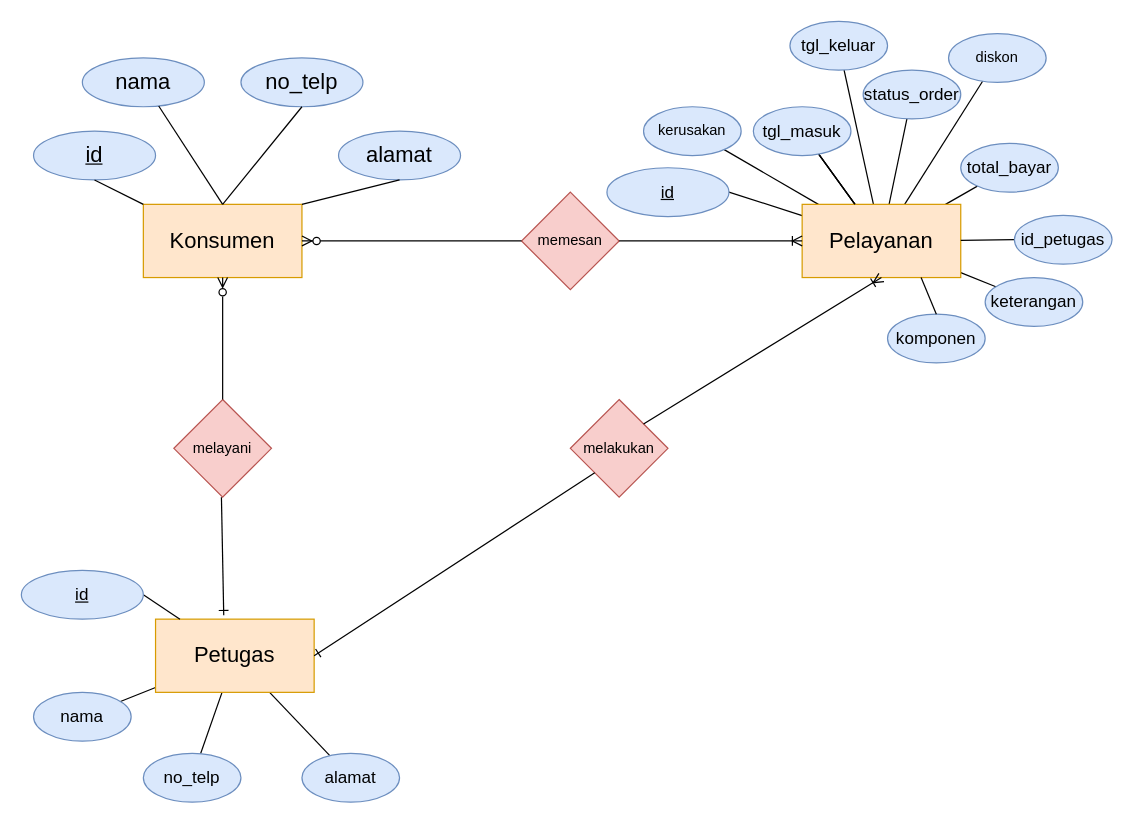
Before: page "ERD" (1 of 4) of Desain Ujikom.drawio in alditasptnsr/ujikom_aldita, a draw.io diagram. Source tidied: cells renumbered, new cells numbered last; positions are measured from the earlier drawing's top-left corner, leaving out a move shared by most shapes. Both pictures are drawn from the tidied source at 122%, with x=0, y=0 at pixel (21, 21).
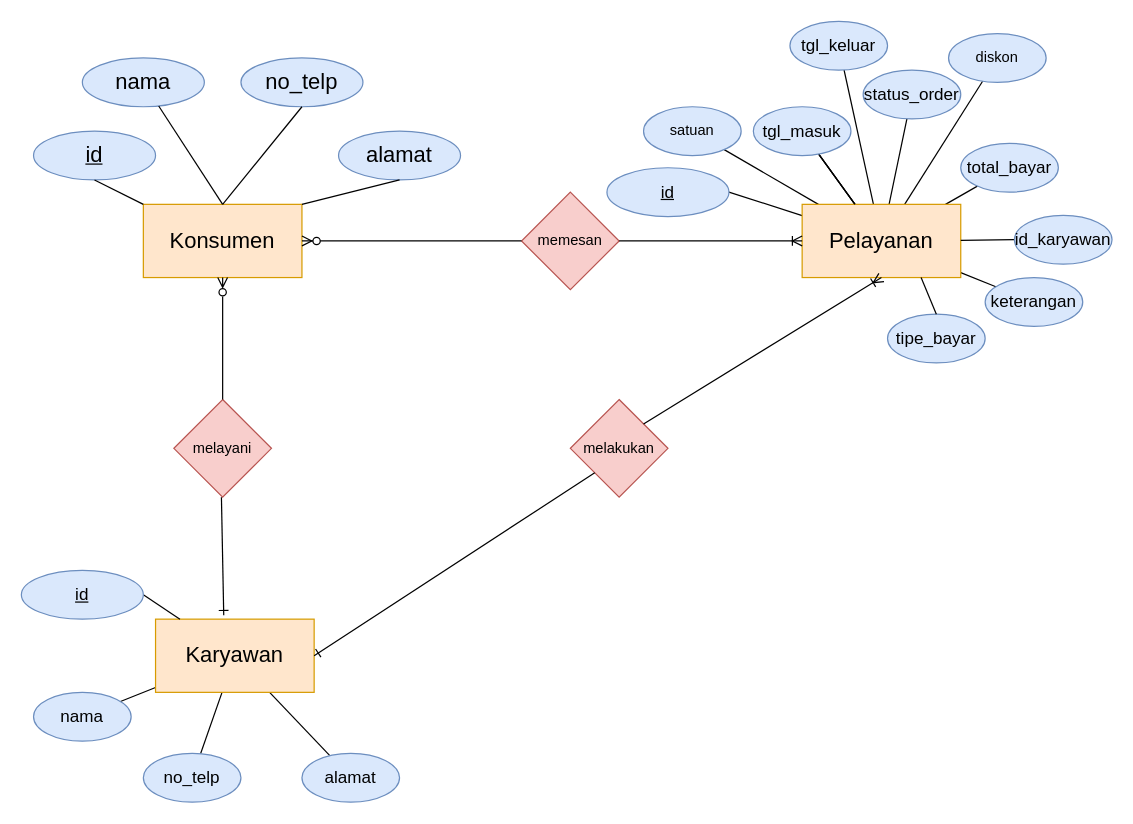
The same diagram, later.

The edit, as a diff of the source:
```diff
@@
-    <mxCell id="6" value="&lt;font style=&quot;font-size: 18px;&quot;&gt;Petugas&lt;/font&gt;" style="whiteSpace=wrap;html=1;align=center;fillColor=#ffe6cc;strokeColor=#d79b00;" parent="1" vertex="1">
+    <mxCell id="6" value="&lt;font style=&quot;font-size: 18px;&quot;&gt;Karyawan&lt;/font&gt;" style="whiteSpace=wrap;html=1;align=center;fillColor=#ffe6cc;strokeColor=#d79b00;" parent="1" vertex="1">
       <mxGeometry x="110" y="490" width="130" height="60" as="geometry" />
     </mxCell>
@@
-    <mxCell id="34" value="kerusakan" style="ellipse;whiteSpace=wrap;html=1;fillColor=#dae8fc;strokeColor=#6c8ebf;" parent="1" vertex="1">
+    <mxCell id="34" value="satuan" style="ellipse;whiteSpace=wrap;html=1;fillColor=#dae8fc;strokeColor=#6c8ebf;" parent="1" vertex="1">
       <mxGeometry x="510" y="70" width="80" height="40" as="geometry" />
     </mxCell>
@@
-    <mxCell id="50" value="&lt;font style=&quot;font-size: 14px;&quot;&gt;id_petugas&lt;/font&gt;" style="ellipse;whiteSpace=wrap;html=1;fillColor=#dae8fc;strokeColor=#6c8ebf;fontSize=11;" parent="1" vertex="1">
+    <mxCell id="50" value="&lt;font style=&quot;font-size: 14px;&quot;&gt;id_karyawan&lt;/font&gt;" style="ellipse;whiteSpace=wrap;html=1;fillColor=#dae8fc;strokeColor=#6c8ebf;fontSize=11;" parent="1" vertex="1">
       <mxGeometry x="814" y="159" width="80" height="40" as="geometry" />
     </mxCell>
-    <mxCell id="51" value="&lt;font style=&quot;font-size: 14px;&quot;&gt;komponen&lt;/font&gt;" style="ellipse;whiteSpace=wrap;html=1;fillColor=#dae8fc;strokeColor=#6c8ebf;fontSize=11;" parent="1" vertex="1">
+    <mxCell id="51" value="&lt;font style=&quot;font-size: 14px;&quot;&gt;tipe_bayar&lt;/font&gt;" style="ellipse;whiteSpace=wrap;html=1;fillColor=#dae8fc;strokeColor=#6c8ebf;fontSize=11;" parent="1" vertex="1">
       <mxGeometry x="710" y="240" width="80" height="40" as="geometry" />
     </mxCell>
```
